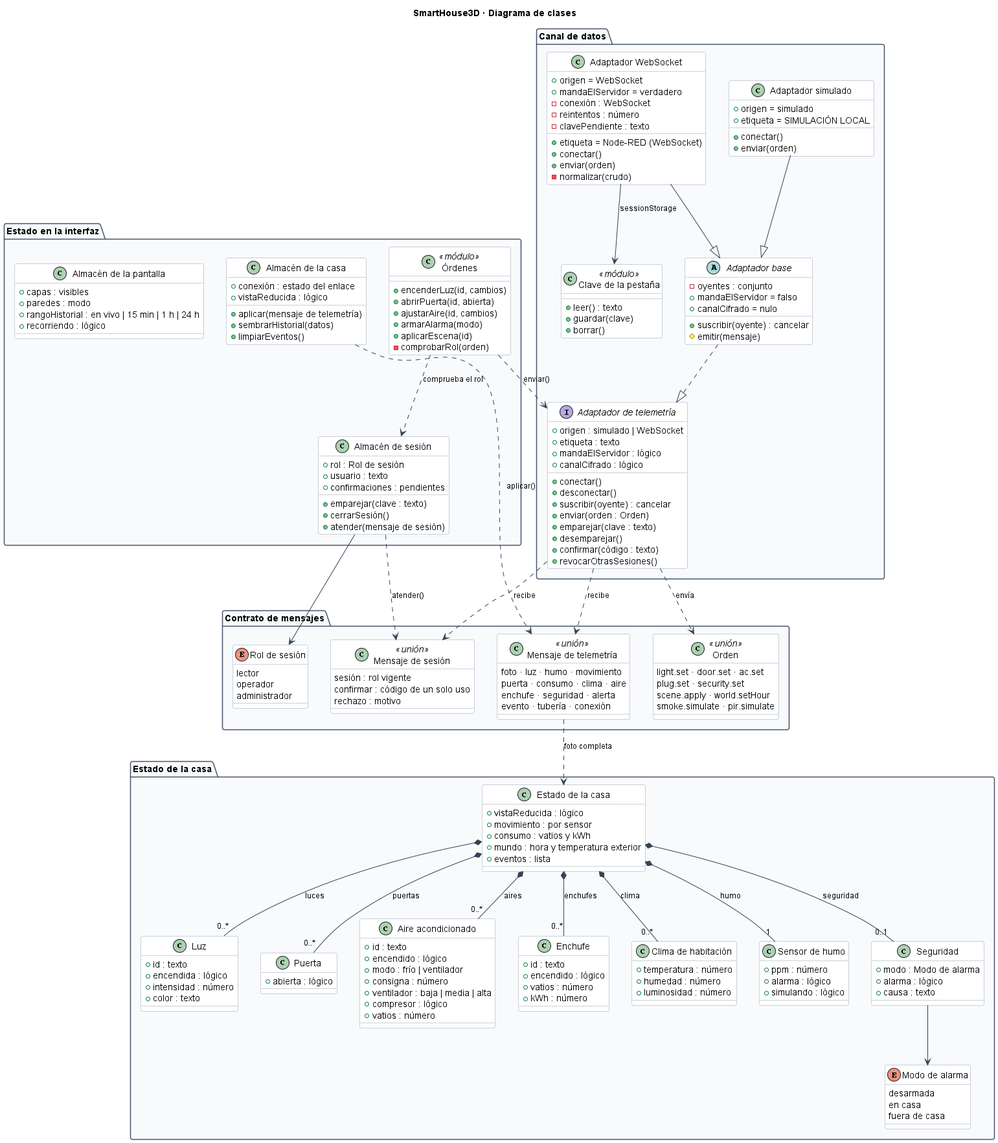
Earlier version of the PlantUML export docs/diagramas/png/clases.png (WilderG2004/SmartHouse3D).
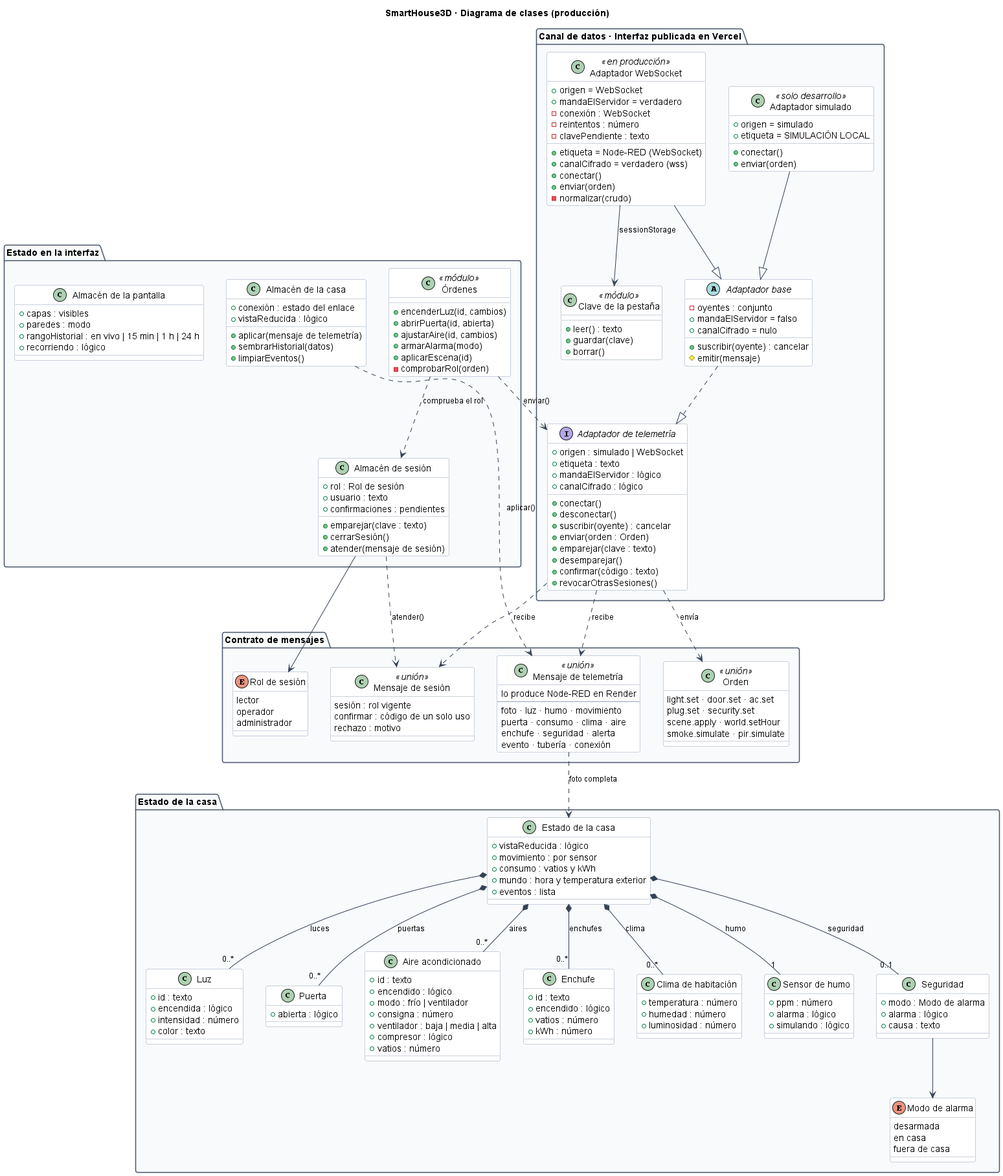
After the commit.

Commit message:
Clases y componentes: alineados con produccion

Change to the diagram source:
```diff
@@ -1,5 +1,5 @@
 @startuml clases
-title SmartHouse3D · Diagrama de clases
+title SmartHouse3D · Diagrama de clases (producción)
 
 skinparam backgroundColor White
 skinparam shadowing false
@@ -19,7 +19,7 @@
   BorderColor #94A3B8
 }
 
-package "Canal de datos" {
+package "Canal de datos · Interfaz publicada en Vercel" {
   interface "Adaptador de telemetría" as TelemetryAdapter {
     +origen : simulado | WebSocket
     +etiqueta : texto
@@ -43,10 +43,11 @@
     #emitir(mensaje)
   }
 
-  class "Adaptador WebSocket" as WebSocketAdapter {
+  class "Adaptador WebSocket" as WebSocketAdapter <<en producción>> {
     +origen = WebSocket
     +etiqueta = Node-RED (WebSocket)
     +mandaElServidor = verdadero
+    +canalCifrado = verdadero (wss)
     -conexión : WebSocket
     -reintentos : número
     -clavePendiente : texto
@@ -55,7 +56,7 @@
     -normalizar(crudo)
   }
 
-  class "Adaptador simulado" as SimulatedAdapter {
+  class "Adaptador simulado" as SimulatedAdapter <<solo desarrollo>> {
     +origen = simulado
     +etiqueta = SIMULACIÓN LOCAL
     +conectar()
@@ -76,6 +77,8 @@
 
 package "Contrato de mensajes" {
   class "Mensaje de telemetría" as TelemetryMessage <<unión>> {
+    lo produce Node-RED en Render
+    ----
     foto · luz · humo · movimiento
     puerta · consumo · clima · aire
     enchufe · seguridad · alerta
```
